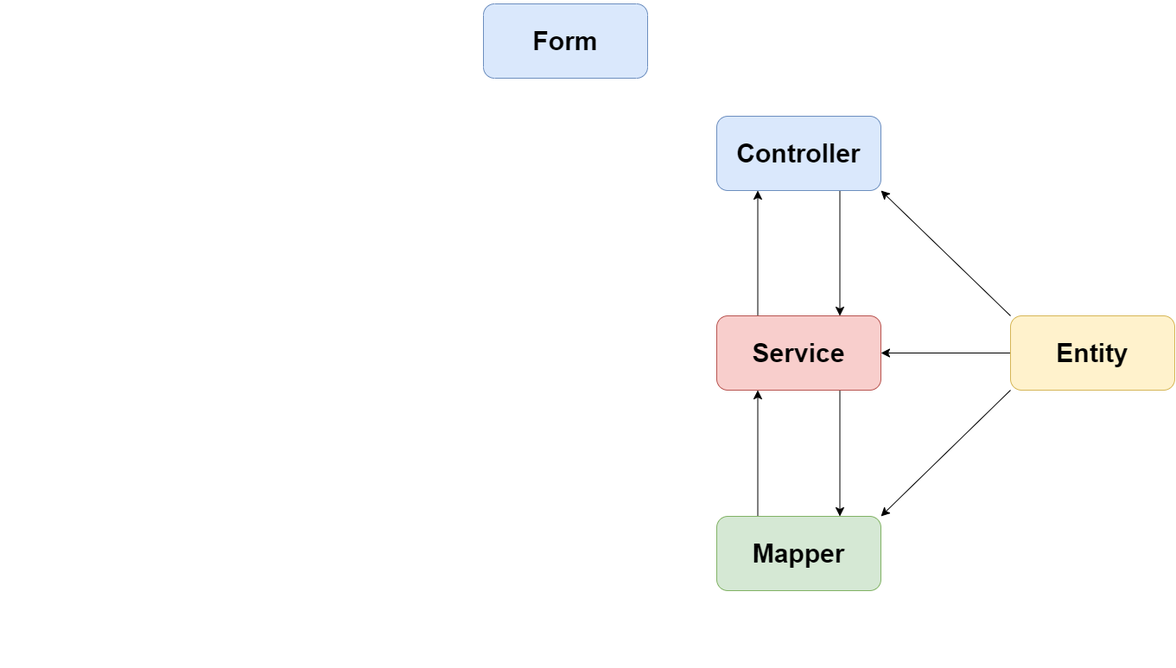
Earlier version of the draw.io export アプリケーション概略図.drawio.png (InoseDa/spring). Source tidied: cells renumbered, new cells last; positions are measured from the earlier drawing's top-left corner, leaving out a move shared by most shapes.
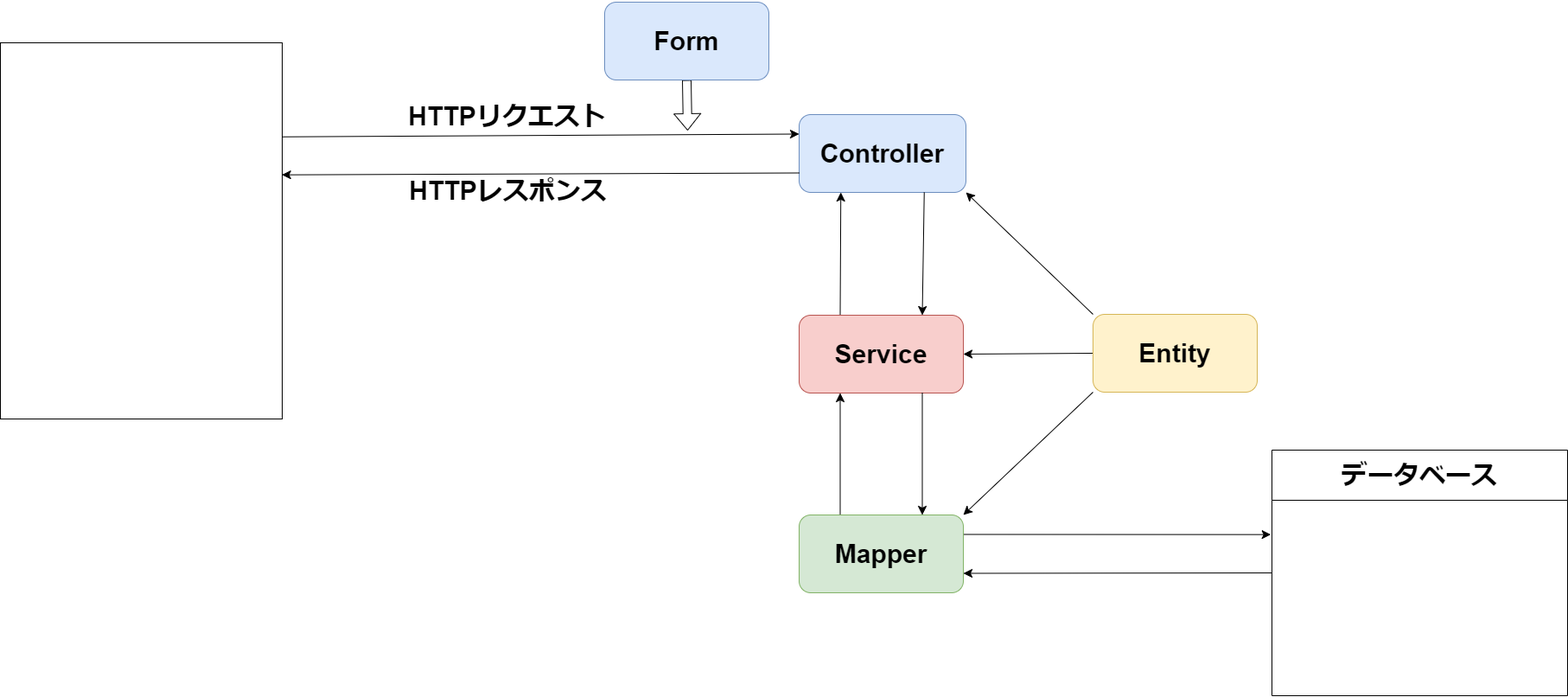
The same file after the commit.

Commit message:
アプリケーション概略図.drawio.png を更新します

Change to the diagram source:
```diff
@@ -2,56 +2,94 @@
   <root>
     <mxCell id="0" />
     <mxCell id="1" parent="0" />
+    <mxCell id="17" style="group;" parent="1" vertex="1">
+      <mxGeometry x="-471" y="35" width="1454" height="785.4" as="geometry" />
+    </mxCell>
-    <mxCell id="2" style="edgeStyle=none;curved=1;rounded=0;orthogonalLoop=1;jettySize=auto;html=1;exitX=0.75;exitY=1;exitDx=0;exitDy=0;fontSize=12;startSize=8;endSize=8;" parent="1" edge="1">
+    <mxCell id="2" style="edgeStyle=none;curved=1;rounded=0;orthogonalLoop=1;jettySize=auto;html=1;exitX=0.75;exitY=1;exitDx=0;exitDy=0;fontSize=12;startSize=8;endSize=8;" parent="17" edge="1">
       <mxGeometry relative="1" as="geometry">
-        <mxPoint x="-0.2" y="372" as="sourcePoint" />
-        <mxPoint x="-0.2" y="372" as="targetPoint" />
+        <mxPoint x="103.8" y="372" as="sourcePoint" />
+        <mxPoint x="103.8" y="372" as="targetPoint" />
       </mxGeometry>
     </mxCell>
-    <mxCell id="3" style="edgeStyle=none;curved=1;rounded=0;orthogonalLoop=1;jettySize=auto;html=1;exitX=0.75;exitY=1;exitDx=0;exitDy=0;fontSize=12;startSize=8;endSize=8;" parent="1" edge="1">
+    <mxCell id="3" style="edgeStyle=none;curved=1;rounded=0;orthogonalLoop=1;jettySize=auto;html=1;exitX=0.75;exitY=1;exitDx=0;exitDy=0;fontSize=12;startSize=8;endSize=8;" parent="17" edge="1">
       <mxGeometry relative="1" as="geometry">
-        <mxPoint x="-0.2" y="372" as="sourcePoint" />
-        <mxPoint x="-0.2" y="372" as="targetPoint" />
+        <mxPoint x="103.8" y="372" as="sourcePoint" />
+        <mxPoint x="103.8" y="372" as="targetPoint" />
       </mxGeometry>
     </mxCell>
-    <mxCell id="4" style="group;" parent="1" vertex="1">
-      <mxGeometry x="457" y="126" width="793.6" height="641.4" as="geometry" />
+    <mxCell id="4" style="group;" parent="17" vertex="1">
+      <mxGeometry x="548" y="144" width="793.6" height="641.4" as="geometry" />
     </mxCell>
-    <mxCell id="5" style="edgeStyle=none;curved=1;rounded=0;jettySize=auto;html=1;exitX=0.75;exitY=1;exitDx=0;exitDy=0;entryX=0.75;entryY=0;entryDx=0;entryDy=0;fontSize=12;startSize=8;endSize=8;" parent="1" edge="1" source="6" target="9">
-      <mxGeometry relative="1" as="geometry" />
-    </mxCell>
-    <mxCell id="6" value="&lt;p style=&quot;font-size: 30px;&quot;&gt;&lt;span style=&quot;font-size: 30px;&quot;&gt;&lt;span style=&quot;font-size: 30px;&quot;&gt;Controller&lt;/span&gt;&lt;/span&gt;&lt;/p&gt;" style="rounded=1;whiteSpace=wrap;html=1;fontSize=30;fillColor=#dae8fc;strokeColor=#6c8ebf;fontStyle=1;horizontal=1;align=center;" parent="1" vertex="1">
-      <mxGeometry x="820" y="130" width="190" height="86" as="geometry" />
+    <mxCell id="6" value="&lt;p style=&quot;font-size: 30px;&quot;&gt;&lt;span style=&quot;font-size: 30px;&quot;&gt;&lt;span style=&quot;font-size: 30px;&quot;&gt;Controller&lt;/span&gt;&lt;/span&gt;&lt;/p&gt;" style="rounded=1;whiteSpace=wrap;html=1;fontSize=30;fillColor=#dae8fc;strokeColor=#6c8ebf;fontStyle=1;horizontal=1;align=center;" parent="17" vertex="1">
+      <mxGeometry x="924" y="130" width="193" height="90" as="geometry" />
     </mxCell>
-    <mxCell id="7" style="edgeStyle=none;curved=1;rounded=0;jettySize=auto;html=1;exitX=0.25;exitY=0;exitDx=0;exitDy=0;entryX=0.25;entryY=1;entryDx=0;entryDy=0;fontSize=12;startSize=8;endSize=8;" parent="1" edge="1" source="9" target="6">
+    <mxCell id="7" style="edgeStyle=none;curved=1;rounded=0;jettySize=auto;html=1;exitX=0.25;exitY=0;exitDx=0;exitDy=0;entryX=0.25;entryY=1;entryDx=0;entryDy=0;fontSize=12;startSize=8;endSize=8;" parent="17" edge="1" source="9" target="6">
       <mxGeometry relative="1" as="geometry" />
     </mxCell>
+    <mxCell id="9" value="&lt;p style=&quot;font-size: 30px;&quot;&gt;&lt;span style=&quot;font-size: 30px;&quot;&gt;&lt;span style=&quot;font-size: 30px;&quot;&gt;Service&lt;/span&gt;&lt;/span&gt;&lt;/p&gt;" style="rounded=1;whiteSpace=wrap;html=1;fontSize=30;fillColor=#f8cecc;strokeColor=#b85450;fontStyle=1;horizontal=1;align=center;" parent="17" vertex="1">
+      <mxGeometry x="924" y="362" width="190" height="90" as="geometry" />
+    </mxCell>
+    <mxCell id="5" style="edgeStyle=none;curved=1;rounded=0;jettySize=auto;html=1;exitX=0.75;exitY=1;exitDx=0;exitDy=0;entryX=0.75;entryY=0;entryDx=0;entryDy=0;fontSize=12;startSize=8;endSize=8;" parent="17" edge="1" source="6" target="9">
+      <mxGeometry relative="1" as="geometry" />
+    </mxCell>
+    <mxCell id="10" style="edgeStyle=none;curved=1;rounded=0;jettySize=auto;html=1;exitX=0.25;exitY=0;exitDx=0;exitDy=0;entryX=0.25;entryY=1;entryDx=0;entryDy=0;fontSize=12;startSize=8;endSize=8;" parent="17" edge="1" source="11" target="9">
+      <mxGeometry relative="1" as="geometry" />
+    </mxCell>
+    <mxCell id="18" style="edgeStyle=none;curved=1;rounded=0;jettySize=auto;html=1;exitX=1;exitY=0.25;exitDx=0;exitDy=0;fontSize=12;startSize=8;endSize=8;" parent="17" edge="1" source="11">
+      <mxGeometry relative="1" as="geometry">
+        <mxPoint x="1469.7" y="615.7" as="targetPoint" />
+      </mxGeometry>
+    </mxCell>
+    <mxCell id="11" value="&lt;p style=&quot;font-size: 30px;&quot;&gt;&lt;span style=&quot;font-size: 30px;&quot;&gt;&lt;span style=&quot;font-size: 30px;&quot;&gt;Mapper&lt;/span&gt;&lt;/span&gt;&lt;/p&gt;" style="rounded=1;whiteSpace=wrap;html=1;fontSize=30;fillColor=#d5e8d4;strokeColor=#82b366;fontStyle=1;horizontal=1;align=center;" parent="17" vertex="1">
+      <mxGeometry x="924" y="593" width="190" height="90" as="geometry" />
+    </mxCell>
-    <mxCell id="8" style="edgeStyle=none;curved=1;rounded=0;jettySize=auto;html=1;exitX=0.75;exitY=1;exitDx=0;exitDy=0;entryX=0.75;entryY=0;entryDx=0;entryDy=0;fontSize=12;startSize=8;endSize=8;" parent="1" edge="1" source="9" target="11">
+    <mxCell id="8" style="edgeStyle=none;curved=1;rounded=0;jettySize=auto;html=1;exitX=0.75;exitY=1;exitDx=0;exitDy=0;entryX=0.75;entryY=0;entryDx=0;entryDy=0;fontSize=12;startSize=8;endSize=8;" parent="17" edge="1" source="9" target="11">
       <mxGeometry relative="1" as="geometry" />
     </mxCell>
-    <mxCell id="9" value="&lt;p style=&quot;font-size: 30px;&quot;&gt;&lt;span style=&quot;font-size: 30px;&quot;&gt;&lt;span style=&quot;font-size: 30px;&quot;&gt;Service&lt;/span&gt;&lt;/span&gt;&lt;/p&gt;" style="rounded=1;whiteSpace=wrap;html=1;fontSize=30;fillColor=#f8cecc;strokeColor=#b85450;fontStyle=1;horizontal=1;align=center;" parent="1" vertex="1">
-      <mxGeometry x="820" y="361" width="190" height="86" as="geometry" />
-    </mxCell>
-    <mxCell id="10" style="edgeStyle=none;curved=1;rounded=0;jettySize=auto;html=1;exitX=0.25;exitY=0;exitDx=0;exitDy=0;entryX=0.25;entryY=1;entryDx=0;entryDy=0;fontSize=12;startSize=8;endSize=8;" parent="1" edge="1" source="11" target="9">
-      <mxGeometry relative="1" as="geometry" />
-    </mxCell>
-    <mxCell id="11" value="&lt;p style=&quot;font-size: 30px;&quot;&gt;&lt;span style=&quot;font-size: 30px;&quot;&gt;&lt;span style=&quot;font-size: 30px;&quot;&gt;Mapper&lt;/span&gt;&lt;/span&gt;&lt;/p&gt;" style="rounded=1;whiteSpace=wrap;html=1;fontSize=30;fillColor=#d5e8d4;strokeColor=#82b366;fontStyle=1;horizontal=1;align=center;" parent="1" vertex="1">
-      <mxGeometry x="820" y="593" width="190" height="86" as="geometry" />
-    </mxCell>
+    <mxCell id="19" style="edgeStyle=none;curved=1;rounded=0;jettySize=auto;html=1;exitX=0.5;exitY=1;exitDx=0;exitDy=0;fontSize=12;shape=flexArrow;" parent="17" edge="1" source="12">
+      <mxGeometry relative="1" as="geometry">
+        <mxPoint x="795" y="148.5" as="targetPoint" />
+      </mxGeometry>
+    </mxCell>
-    <mxCell id="12" value="&lt;p style=&quot;font-size: 30px;&quot;&gt;&lt;span style=&quot;font-size: 30px;&quot;&gt;&lt;span style=&quot;font-size: 30px;&quot;&gt;Form&lt;/span&gt;&lt;/span&gt;&lt;/p&gt;" style="rounded=1;whiteSpace=wrap;html=1;fontSize=30;fillColor=#dae8fc;strokeColor=#6c8ebf;fontStyle=1;horizontal=1;align=center;" parent="1" vertex="1">
-      <mxGeometry x="550" width="190" height="86" as="geometry" />
+    <mxCell id="12" value="&lt;p style=&quot;font-size: 30px;&quot;&gt;&lt;span style=&quot;font-size: 30px;&quot;&gt;&lt;span style=&quot;font-size: 30px;&quot;&gt;Form&lt;/span&gt;&lt;/span&gt;&lt;/p&gt;" style="rounded=1;whiteSpace=wrap;html=1;fontSize=30;fillColor=#dae8fc;strokeColor=#6c8ebf;fontStyle=1;horizontal=1;align=center;" parent="17" vertex="1">
+      <mxGeometry x="699" width="190" height="90" as="geometry" />
     </mxCell>
-    <mxCell id="13" style="edgeStyle=none;curved=1;rounded=0;jettySize=auto;html=1;exitX=0;exitY=0;exitDx=0;exitDy=0;entryX=1;entryY=1;entryDx=0;entryDy=0;fontSize=12;startSize=8;endSize=8;" parent="1" edge="1" source="16" target="6">
+    <mxCell id="13" style="edgeStyle=none;curved=1;rounded=0;jettySize=auto;html=1;exitX=0;exitY=0;exitDx=0;exitDy=0;entryX=1;entryY=1;entryDx=0;entryDy=0;fontSize=12;startSize=8;endSize=8;" parent="17" edge="1" source="16" target="6">
       <mxGeometry relative="1" as="geometry" />
     </mxCell>
-    <mxCell id="14" style="edgeStyle=none;curved=1;rounded=0;jettySize=auto;html=1;exitX=0;exitY=0.5;exitDx=0;exitDy=0;entryX=1;entryY=0.5;entryDx=0;entryDy=0;fontSize=12;startSize=8;endSize=8;" parent="1" edge="1" source="16" target="9">
+    <mxCell id="14" style="edgeStyle=none;curved=1;rounded=0;jettySize=auto;html=1;exitX=0;exitY=0.5;exitDx=0;exitDy=0;entryX=1;entryY=0.5;entryDx=0;entryDy=0;fontSize=12;startSize=8;endSize=8;" parent="17" edge="1" source="16" target="9">
       <mxGeometry relative="1" as="geometry" />
     </mxCell>
-    <mxCell id="15" style="edgeStyle=none;curved=1;rounded=0;jettySize=auto;html=1;exitX=0;exitY=1;exitDx=0;exitDy=0;entryX=1;entryY=0;entryDx=0;entryDy=0;fontSize=12;startSize=8;endSize=8;" parent="1" edge="1" source="16" target="11">
+    <mxCell id="15" style="edgeStyle=none;curved=1;rounded=0;jettySize=auto;html=1;exitX=0;exitY=1;exitDx=0;exitDy=0;entryX=1;entryY=0;entryDx=0;entryDy=0;fontSize=12;startSize=8;endSize=8;" parent="17" edge="1" source="16" target="11">
       <mxGeometry relative="1" as="geometry" />
     </mxCell>
-    <mxCell id="16" value="&lt;p style=&quot;font-size: 30px;&quot;&gt;&lt;span style=&quot;font-size: 30px;&quot;&gt;&lt;span style=&quot;font-size: 30px;&quot;&gt;Entity&lt;/span&gt;&lt;/span&gt;&lt;/p&gt;" style="rounded=1;whiteSpace=wrap;html=1;fontSize=30;fillColor=#fff2cc;strokeColor=#d6b656;fontStyle=1;horizontal=1;align=center;" parent="1" vertex="1">
-      <mxGeometry x="1160" y="361" width="190" height="86" as="geometry" />
+    <mxCell id="16" value="&lt;p style=&quot;font-size: 30px;&quot;&gt;&lt;span style=&quot;font-size: 30px;&quot;&gt;&lt;span style=&quot;font-size: 30px;&quot;&gt;Entity&lt;/span&gt;&lt;/span&gt;&lt;/p&gt;" style="rounded=1;whiteSpace=wrap;html=1;fontSize=30;fillColor=#fff2cc;strokeColor=#d6b656;fontStyle=1;horizontal=1;align=center;" parent="17" vertex="1">
+      <mxGeometry x="1264" y="361" width="190" height="90" as="geometry" />
     </mxCell>
+    <mxCell id="20" style="edgeStyle=none;curved=1;rounded=0;jettySize=auto;html=1;exitX=1;exitY=0.25;exitDx=0;exitDy=0;entryX=0;entryY=0.25;entryDx=0;entryDy=0;fontSize=12;startSize=8;endSize=8;" parent="17" edge="1" source="22" target="6">
+      <mxGeometry relative="1" as="geometry" />
+    </mxCell>
+    <mxCell id="21" value="HTTPリクエスト" style="edgeLabel;html=1;align=center;verticalAlign=middle;fontSize=30;fontStyle=1;" parent="20" vertex="1">
+      <mxGeometry x="-0.18" y="5" relative="1" as="geometry">
+        <mxPoint x="13" y="-19" as="offset" />
+      </mxGeometry>
+    </mxCell>
+    <mxCell id="22" style="rounded=0;whiteSpace=wrap;html=1;fontSize=16;" parent="17" vertex="1">
+      <mxGeometry y="47" width="326" height="435" as="geometry" />
+    </mxCell>
+    <mxCell id="23" style="edgeStyle=none;curved=1;rounded=0;jettySize=auto;html=1;exitX=0;exitY=0.75;exitDx=0;exitDy=0;fontSize=12;startSize=8;endSize=8;entryX=0.999;entryY=0.351;entryDx=0;entryDy=0;entryPerimeter=0;" parent="17" edge="1" source="6" target="22">
+      <mxGeometry relative="1" as="geometry" />
+    </mxCell>
+    <mxCell id="24" value="HTTPレスポンス" style="edgeLabel;html=1;align=center;verticalAlign=middle;fontSize=30;fontStyle=1;" parent="23" vertex="1">
+      <mxGeometry x="0.09" y="-3" relative="1" as="geometry">
+        <mxPoint x="-13" y="21" as="offset" />
+      </mxGeometry>
+    </mxCell>
+    <mxCell id="25" style="edgeStyle=none;curved=1;rounded=0;jettySize=auto;html=1;exitX=0;exitY=0.5;exitDx=0;exitDy=0;entryX=1;entryY=0.75;entryDx=0;entryDy=0;fontSize=12;startSize=8;endSize=8;" parent="1" edge="1" source="26" target="11">
+      <mxGeometry relative="1" as="geometry" />
+    </mxCell>
+    <mxCell id="26" value="&lt;font style=&quot;font-size: 30px;&quot;&gt;データベース&lt;/font&gt;" style="swimlane;whiteSpace=wrap;html=1;fontSize=16;startSize=58;" parent="1" vertex="1">
+      <mxGeometry x="1000" y="553" width="342" height="284" as="geometry" />
+    </mxCell>
   </root>
 </mxGraphModel>
```
